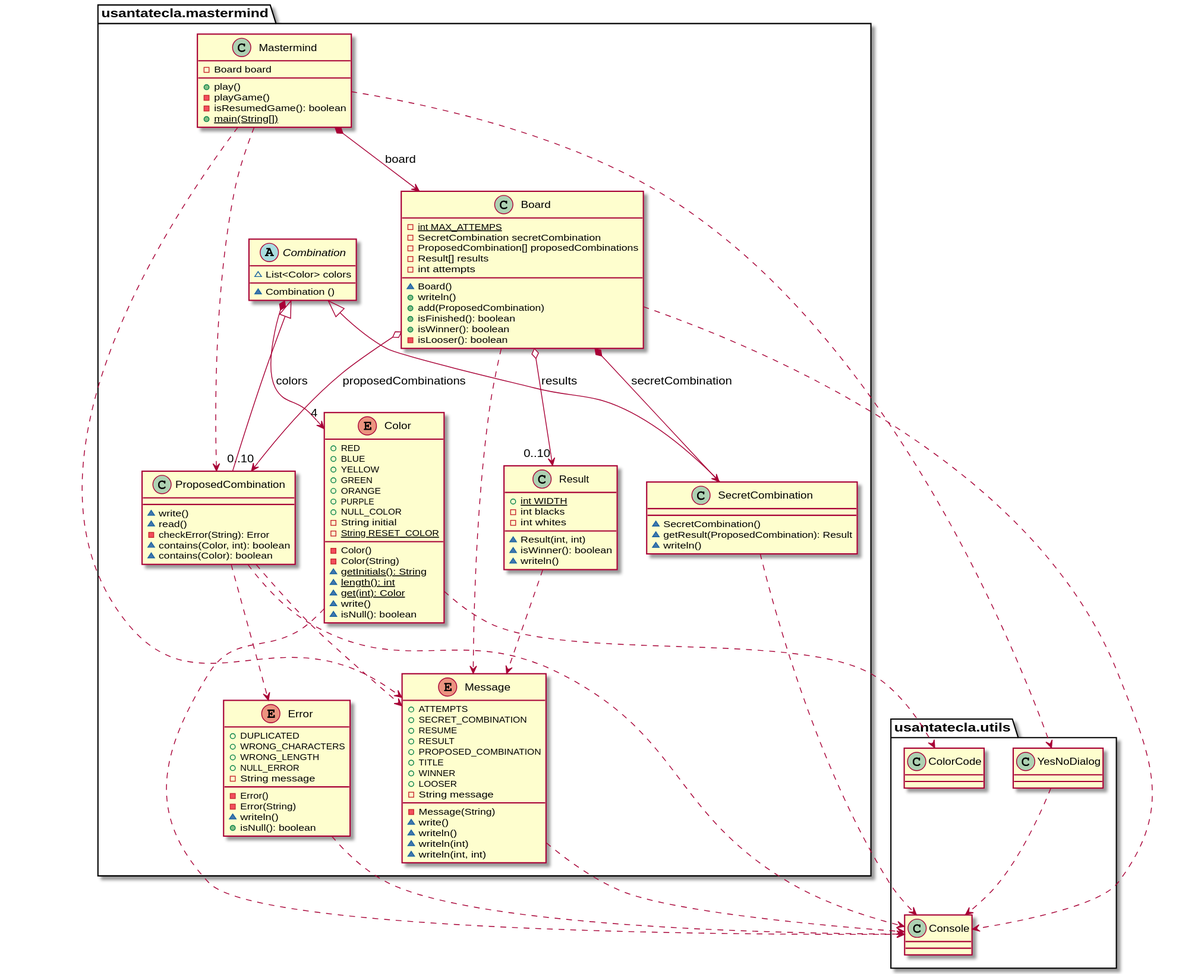
The PlantUML diagram domainModel/docs/diagrams/out/paquetes/mastermind.svg in SantaTecla-mastermind/solution.java.swing.socket.sql, before a commit.
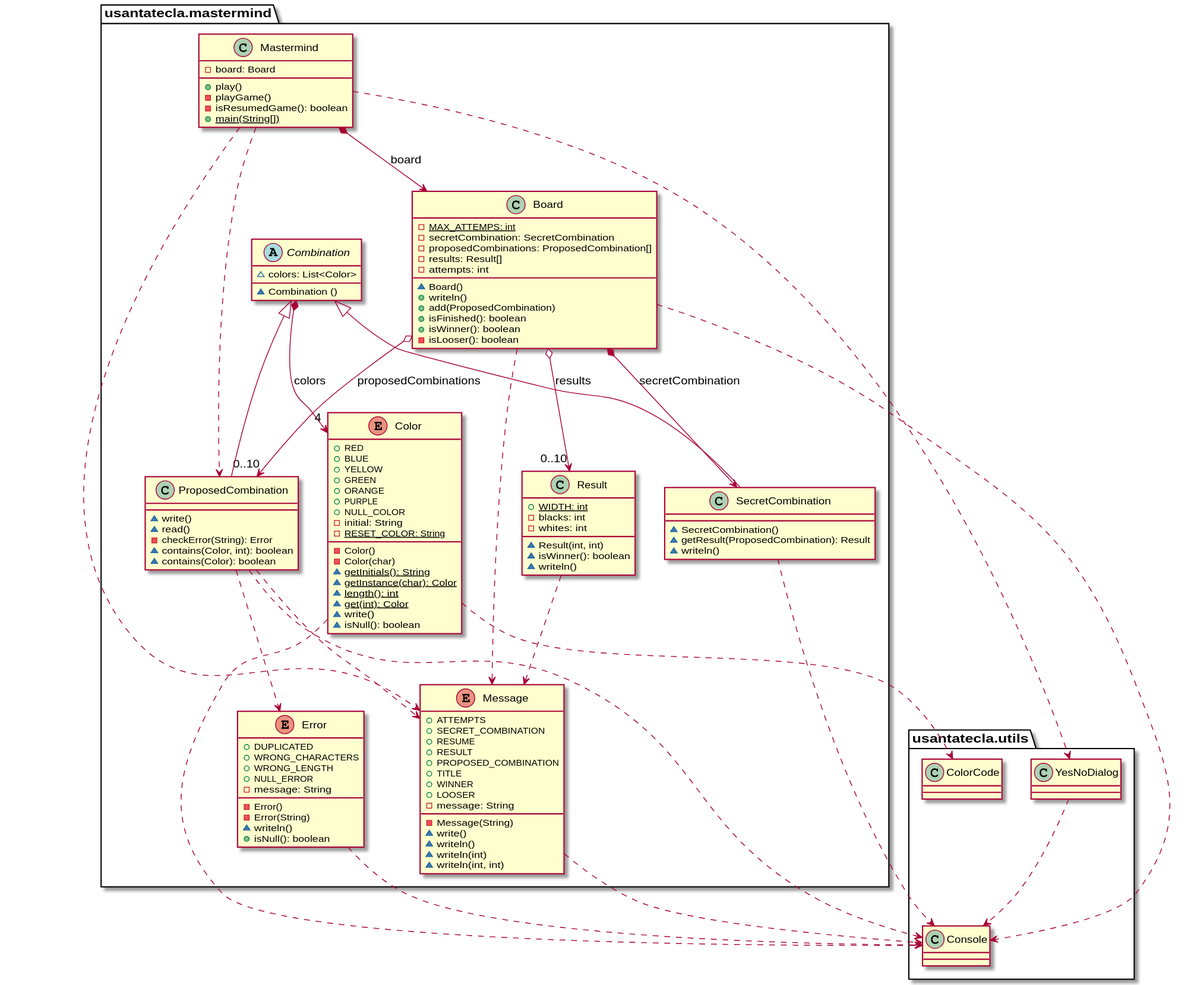
After the commit.

Commit message:
domainModel diagrams finished #2

Change to the diagram source:
```diff
@@ -1,7 +1,7 @@
 @startuml
 package usantatecla.mastermind {
 class Mastermind {
-	- Board board
+	- board: Board
 	+ play()
 	- playGame()
 	- isResumedGame(): boolean
@@ -10,11 +10,11 @@
 
 
 class Board {
-  - {static} int MAX_ATTEMPS
-  - SecretCombination secretCombination
-  - ProposedCombination[] proposedCombinations
-  - Result[] results
-  - int attempts
+  - MAX_ATTEMPS: {static} int
+  - secretCombination: SecretCombination
+  - proposedCombinations: ProposedCombination[]
+  - results: Result[]
+  - attempts: int
   ~ Board()
   + writeln()
   + add(ProposedCombination)
@@ -24,7 +24,7 @@
 }
 
 abstract class Combination {
-	~ List<Color> colors
+	~ colors: List<Color>
 	~ Combination ()
 }
 
@@ -43,9 +43,9 @@
 }
 
 class Result{
-	+ {static} int WIDTH
-	- int blacks
-	- int whites
+	+ WIDTH: {static} int
+	- blacks: int
+	- whites: int
 	~ Result(int, int)
 	~ isWinner(): boolean
 	~ writeln()
@@ -59,11 +59,12 @@
 	+ ORANGE
 	+ PURPLE
 	+ NULL_COLOR
-	- String initial
-	- {static} String RESET_COLOR
+	- initial: String
+	- RESET_COLOR: {static} String
 	- Color()
-	- Color(String)
+	- Color(char)
 	~ {static} getInitials(): String
+	~ {static} getInstance(char): Color
 	~ {static} length(): int
 	~ {static} get(int): Color
 	~ write()
@@ -75,7 +76,7 @@
 	+ WRONG_CHARACTERS
 	+ WRONG_LENGTH
 	+ NULL_ERROR
-	- String message
+	- message: String
 	- Error()
 	- Error(String)
 	~ writeln()
@@ -91,7 +92,7 @@
 	+ TITLE
 	+ WINNER
 	+ LOOSER
-	- String message
+	- message: String
 	- Message(String)
 	~ write()
 	~ writeln()
```
